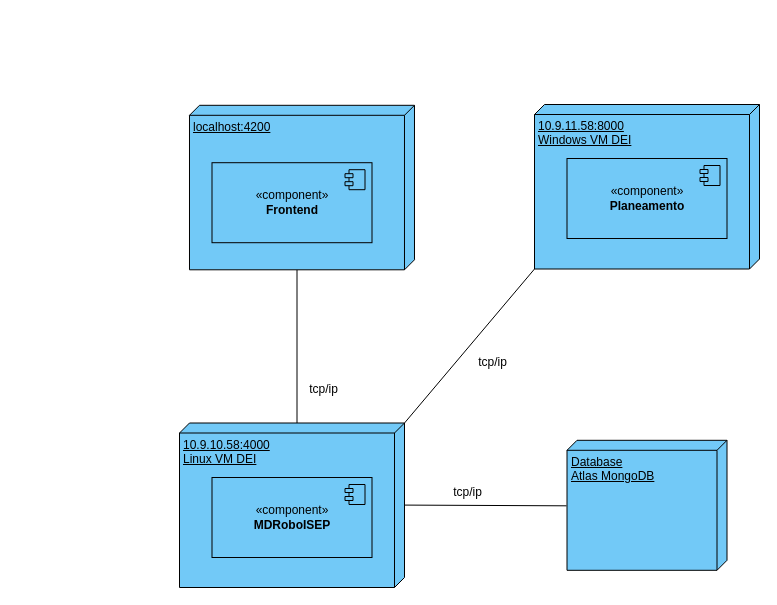
The draw.io diagram docs/Sprint_C/N2/VF.drawio in SEM5PI2324G58/sem5pi_g58_23_24, before the edit. Source tidied: cells renumbered, new cells numbered last; positions are measured from the earlier drawing's top-left corner, leaving out a move shared by most shapes. Both pictures are drawn from the tidied source at 100%, with x=0, y=0 at pixel (179, 104).
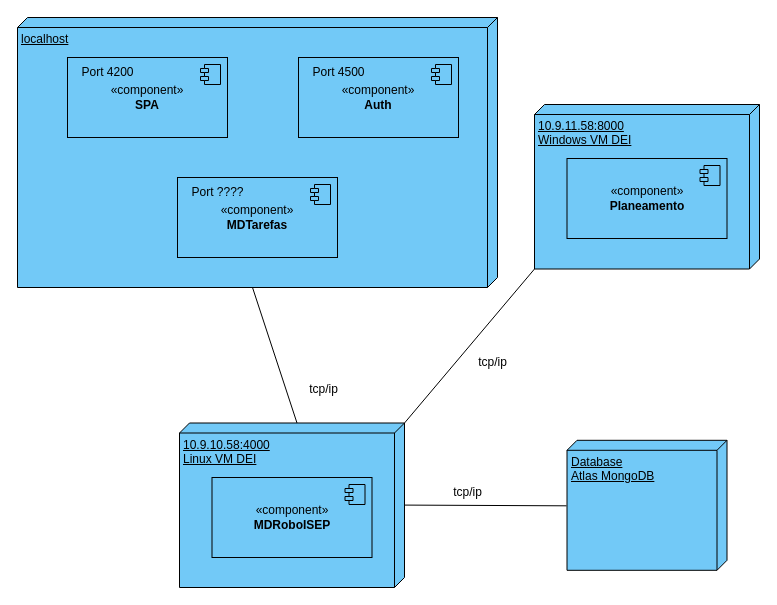
The same page after the edit.

The change refers to these unchanged cells:
```xml
<mxCell id="4" value="10.9.10.58:4000&lt;br&gt;Linux VM DEI" style="verticalAlign=top;align=left;spacingTop=8;spacingLeft=2;spacingRight=12;shape=cube;size=10;direction=south;fontStyle=4;html=1;whiteSpace=wrap;fillColor=#72C9F7;" parent="1" vertex="1">
  <mxGeometry y="318.5" width="225" height="164.5" as="geometry" />
</mxCell>
```

The edit, as a diff of the source:
```diff
@@
-    <mxCell id="5" style="endArrow=none;html=1;rounded=0;exitX=0;exitY=0;exitDx=0;exitDy=107.5;exitPerimeter=0;entryX=0;entryY=0;entryDx=164.5;entryDy=117.5;entryPerimeter=0;" parent="1" edge="1" source="4" target="15">
+    <mxCell id="5" style="endArrow=none;html=1;rounded=0;exitX=0;exitY=0;exitDx=0;exitDy=107.5;exitPerimeter=0;entryX=0;entryY=0;entryDx=270;entryDy=245;entryPerimeter=0;" parent="1" edge="1" source="4" target="15">
       <mxGeometry relative="1" as="geometry" />
     </mxCell>
@@
-    <mxCell id="15" value="localhost:4200" style="verticalAlign=top;align=left;spacingTop=8;spacingLeft=2;spacingRight=12;shape=cube;size=10;direction=south;fontStyle=4;html=1;whiteSpace=wrap;fillColor=#72C9F7;" parent="1" vertex="1">
-      <mxGeometry x="10" y="0.8" width="225" height="164.5" as="geometry" />
+    <mxCell id="15" value="localhost" style="verticalAlign=top;align=left;spacingTop=8;spacingLeft=2;spacingRight=12;shape=cube;size=10;direction=south;fontStyle=4;html=1;whiteSpace=wrap;fillColor=#72C9F7;" parent="1" vertex="1">
+      <mxGeometry x="-162" y="-87" width="480" height="270" as="geometry" />
     </mxCell>
-    <mxCell id="16" value="«component»&lt;br&gt;&lt;b&gt;Frontend&lt;/b&gt;" style="html=1;whiteSpace=wrap;fillColor=#72C9F7;" parent="1" vertex="1">
-      <mxGeometry x="32.5" y="58.2" width="160" height="80" as="geometry" />
+    <mxCell id="16" value="«component»&lt;br&gt;&lt;b&gt;SPA&lt;/b&gt;" style="html=1;whiteSpace=wrap;fillColor=#72C9F7;" parent="1" vertex="1">
+      <mxGeometry x="-112" y="-47" width="160" height="80" as="geometry" />
     </mxCell>
@@
+    <mxCell id="18" value="Port 4200" style="text;html=1;align=center;verticalAlign=middle;strokeColor=none;fillColor=none;" parent="1" vertex="1">
+      <mxGeometry x="-112" y="-47" width="80" height="30" as="geometry" />
+    </mxCell>
+    <mxCell id="19" value="«component»&lt;br&gt;&lt;b&gt;Auth&lt;/b&gt;" style="html=1;whiteSpace=wrap;fillColor=#72C9F7;" parent="1" vertex="1">
+      <mxGeometry x="119" y="-47" width="160" height="80" as="geometry" />
+    </mxCell>
+    <mxCell id="20" style="shape=module;jettyWidth=8;jettyHeight=4;fillColor=#72C9F7;" parent="19" vertex="1">
+      <mxGeometry x="1" width="20" height="20" relative="1" as="geometry">
+        <mxPoint x="-27" y="7" as="offset" />
+      </mxGeometry>
+    </mxCell>
+    <mxCell id="21" value="Port 4500" style="text;html=1;align=center;verticalAlign=middle;strokeColor=none;fillColor=none;" parent="1" vertex="1">
+      <mxGeometry x="119" y="-47" width="80" height="30" as="geometry" />
+    </mxCell>
+    <mxCell id="22" value="«component»&lt;br&gt;&lt;b&gt;MDTarefas&lt;/b&gt;" style="html=1;whiteSpace=wrap;fillColor=#72C9F7;" parent="1" vertex="1">
+      <mxGeometry x="-2" y="73" width="160" height="80" as="geometry" />
+    </mxCell>
+    <mxCell id="23" style="shape=module;jettyWidth=8;jettyHeight=4;fillColor=#72C9F7;" parent="22" vertex="1">
+      <mxGeometry x="1" width="20" height="20" relative="1" as="geometry">
+        <mxPoint x="-27" y="7" as="offset" />
+      </mxGeometry>
+    </mxCell>
+    <mxCell id="24" value="Port ????" style="text;html=1;align=center;verticalAlign=middle;strokeColor=none;fillColor=none;" parent="1" vertex="1">
+      <mxGeometry x="-2" y="73" width="80" height="30" as="geometry" />
+    </mxCell>
```
